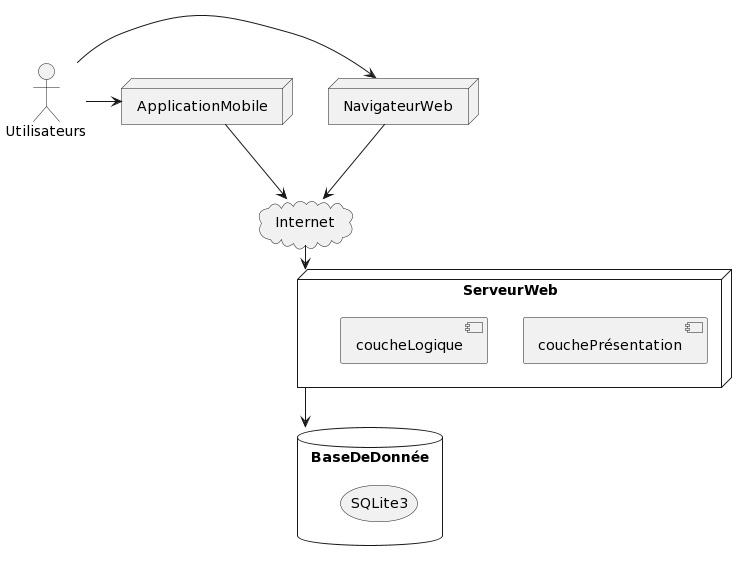
vbrayuqam/projet-genielog keeps this PlantUML diagram as diagrammes/DEP.png. Above is the earlier version. Its diagram source:
```plantuml
@startuml
actor Utilisateurs
node NavigateurWeb
node ApplicationMobile
cloud Internet
node ServeurWeb {
    component couchePrésentation
    component coucheLogique
}
database BaseDeDonnée {
    storage SQLite3
}

Utilisateurs -> NavigateurWeb
Utilisateurs -> ApplicationMobile
NavigateurWeb --> Internet
ApplicationMobile --> Internet
Internet --> ServeurWeb
ServeurWeb --> BaseDeDonnée
@enduml
```
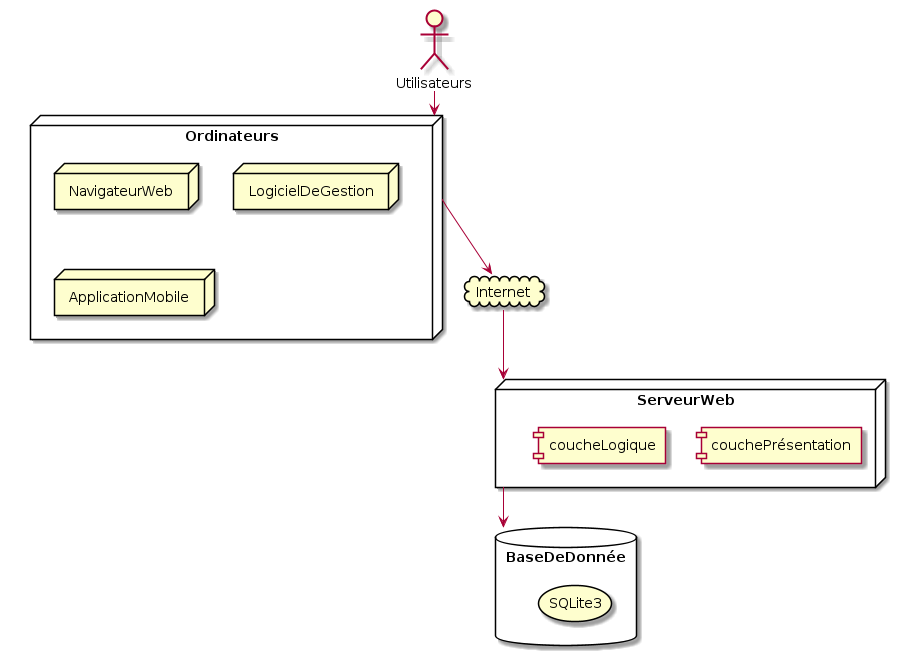
Above is the later version.

Commit message:
changement d'image: ajout du logiciel de gestion

What changed in the source:
```diff
@@ -1,8 +1,12 @@
-@startuml
+@startuml diagrammeDeploiement
+
 actor Utilisateurs
-node NavigateurWeb
-node ApplicationMobile
 cloud Internet
+node Ordinateurs {
+    node NavigateurWeb
+    node LogicielDeGestion
+    node ApplicationMobile
+}
 node ServeurWeb {
     component couchePrésentation
     component coucheLogique
@@ -11,10 +15,9 @@
     storage SQLite3
 }
 
-Utilisateurs -> NavigateurWeb
-Utilisateurs -> ApplicationMobile
-NavigateurWeb --> Internet
-ApplicationMobile --> Internet
+Utilisateurs --> Ordinateurs
+Ordinateurs --> Internet
 Internet --> ServeurWeb
 ServeurWeb --> BaseDeDonnée
+
 @enduml
```
